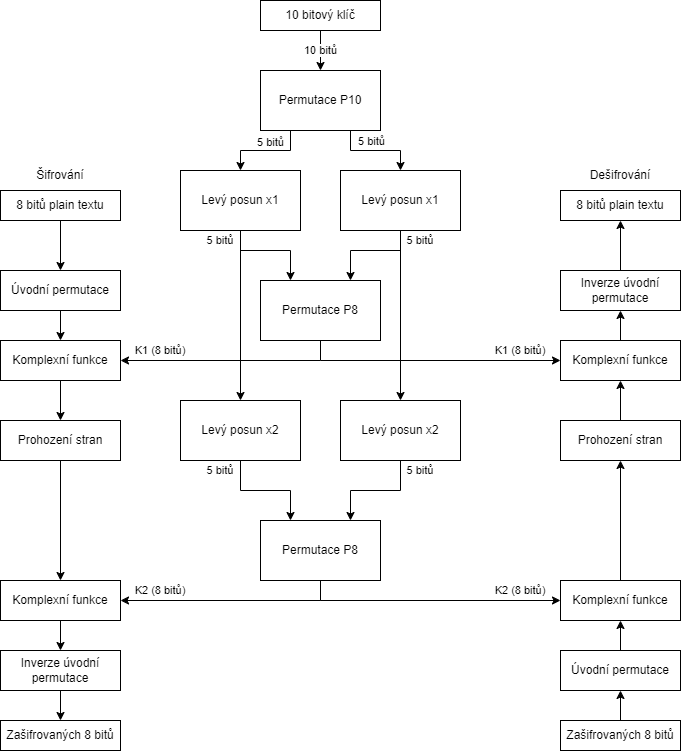
Above: public/img/simpleDesPage/simpleDes_cz.png in hejzlzd1/EducrypterUHK (draw.io), before the change. Source tidied: cells renumbered, new cells last; positions are measured from the earlier drawing's top-left corner, leaving out a move shared by most shapes.
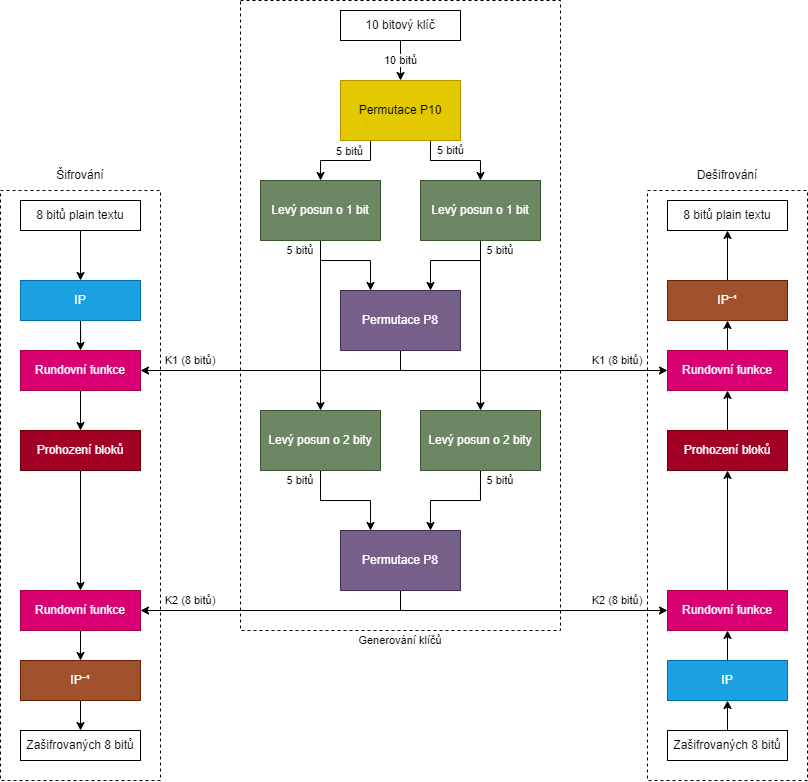
After the change.

What changed in the source:
```diff
@@ -2,23 +2,32 @@
   <root>
     <mxCell id="0" />
     <mxCell id="1" parent="0" />
+    <mxCell id="61" style="rounded=0;whiteSpace=wrap;html=1;fillColor=none;dashed=1;" parent="1" vertex="1">
+      <mxGeometry x="160" y="-10" width="320" height="630" as="geometry" />
+    </mxCell>
+    <mxCell id="62" style="rounded=0;whiteSpace=wrap;html=1;fillColor=none;dashed=1;" parent="1" vertex="1">
+      <mxGeometry x="567" y="180" width="160" height="590" as="geometry" />
+    </mxCell>
+    <mxCell id="63" style="rounded=0;whiteSpace=wrap;html=1;fillColor=none;dashed=1;" parent="1" vertex="1">
+      <mxGeometry x="-80" y="180" width="160" height="590" as="geometry" />
+    </mxCell>
     <mxCell id="2" style="edgeStyle=orthogonalEdgeStyle;rounded=0;jettySize=auto;html=1;" parent="1" edge="1" source="3" target="5">
       <mxGeometry relative="1" as="geometry" />
     </mxCell>
     <mxCell id="3" value="8 bitů plain textu" style="rounded=0;whiteSpace=wrap;html=1;" parent="1" vertex="1">
-      <mxGeometry y="190" width="120" height="30" as="geometry" />
+      <mxGeometry x="-60" y="190" width="120" height="30" as="geometry" />
     </mxCell>
     <mxCell id="4" style="edgeStyle=orthogonalEdgeStyle;rounded=0;jettySize=auto;html=1;" parent="1" edge="1" source="5" target="7">
       <mxGeometry relative="1" as="geometry" />
     </mxCell>
-    <mxCell id="5" value="Úvodní permutace" style="rounded=0;whiteSpace=wrap;html=1;" parent="1" vertex="1">
-      <mxGeometry y="270" width="120" height="40" as="geometry" />
+    <mxCell id="5" value="IP" style="rounded=0;whiteSpace=wrap;html=1;fillColor=#1ba1e2;strokeColor=#006EAF;fontColor=#ffffff;" parent="1" vertex="1">
+      <mxGeometry x="-60" y="270" width="120" height="40" as="geometry" />
     </mxCell>
     <mxCell id="6" style="edgeStyle=orthogonalEdgeStyle;rounded=0;jettySize=auto;html=1;exitX=0.5;exitY=1;exitDx=0;exitDy=0;entryX=0.5;entryY=0;entryDx=0;entryDy=0;" parent="1" edge="1" source="7" target="28">
       <mxGeometry relative="1" as="geometry" />
     </mxCell>
-    <mxCell id="7" value="Komplexní funkce" style="rounded=0;whiteSpace=wrap;html=1;" parent="1" vertex="1">
-      <mxGeometry y="340" width="120" height="40" as="geometry" />
+    <mxCell id="7" value="Rundovní funkce" style="rounded=0;whiteSpace=wrap;html=1;fillColor=#d80073;fontColor=#ffffff;strokeColor=#A50040;" parent="1" vertex="1">
+      <mxGeometry x="-60" y="340" width="120" height="40" as="geometry" />
     </mxCell>
     <mxCell id="8" value="10 bitů" style="edgeStyle=orthogonalEdgeStyle;rounded=0;jettySize=auto;html=1;" parent="1" edge="1" source="9" target="13">
       <mxGeometry relative="1" as="geometry" />
@@ -37,37 +46,37 @@
         <mxPoint x="9" y="-8" as="offset" />
       </mxGeometry>
     </mxCell>
-    <mxCell id="13" value="Permutace P10" style="rounded=0;whiteSpace=wrap;html=1;" parent="1" vertex="1">
+    <mxCell id="13" value="Permutace P10" style="rounded=0;whiteSpace=wrap;html=1;fillColor=#e3c800;fontColor=#000000;strokeColor=#B09500;" parent="1" vertex="1">
       <mxGeometry x="260" y="70" width="120" height="60" as="geometry" />
     </mxCell>
     <mxCell id="14" style="edgeStyle=orthogonalEdgeStyle;rounded=0;jettySize=auto;html=1;exitX=0.5;exitY=1;exitDx=0;exitDy=0;entryX=0.5;entryY=0;entryDx=0;entryDy=0;" parent="1" edge="1" source="15" target="21">
       <mxGeometry relative="1" as="geometry" />
     </mxCell>
-    <mxCell id="15" value="Levý posun x1" style="rounded=0;whiteSpace=wrap;html=1;" parent="1" vertex="1">
+    <mxCell id="15" value="Levý posun o 1 bit" style="rounded=0;whiteSpace=wrap;html=1;fillColor=#6d8764;fontColor=#ffffff;strokeColor=#3A5431;" parent="1" vertex="1">
       <mxGeometry x="180" y="170" width="120" height="60" as="geometry" />
     </mxCell>
     <mxCell id="16" style="edgeStyle=orthogonalEdgeStyle;rounded=0;jettySize=auto;html=1;exitX=0.5;exitY=1;exitDx=0;exitDy=0;entryX=0.5;entryY=0;entryDx=0;entryDy=0;" parent="1" edge="1" source="17" target="23">
       <mxGeometry relative="1" as="geometry" />
     </mxCell>
-    <mxCell id="17" value="Levý posun x1" style="rounded=0;whiteSpace=wrap;html=1;" parent="1" vertex="1">
+    <mxCell id="17" value="Levý posun o 1 bit" style="rounded=0;whiteSpace=wrap;html=1;fillColor=#6d8764;fontColor=#ffffff;strokeColor=#3A5431;" parent="1" vertex="1">
       <mxGeometry x="340" y="170" width="120" height="60" as="geometry" />
     </mxCell>
     <mxCell id="18" style="edgeStyle=orthogonalEdgeStyle;rounded=0;jettySize=auto;html=1;exitX=0.5;exitY=1;exitDx=0;exitDy=0;entryX=1;entryY=0.5;entryDx=0;entryDy=0;" parent="1" edge="1" source="19" target="7">
       <mxGeometry relative="1" as="geometry" />
     </mxCell>
-    <mxCell id="19" value="Permutace P8" style="rounded=0;whiteSpace=wrap;html=1;" parent="1" vertex="1">
+    <mxCell id="19" value="Permutace P8" style="rounded=0;whiteSpace=wrap;html=1;fillColor=#76608a;fontColor=#ffffff;strokeColor=#432D57;" parent="1" vertex="1">
       <mxGeometry x="260" y="280" width="120" height="60" as="geometry" />
     </mxCell>
     <mxCell id="20" style="edgeStyle=orthogonalEdgeStyle;rounded=0;jettySize=auto;html=1;exitX=0.5;exitY=1;exitDx=0;exitDy=0;entryX=0.25;entryY=0;entryDx=0;entryDy=0;" parent="1" edge="1" source="21" target="26">
       <mxGeometry relative="1" as="geometry" />
     </mxCell>
-    <mxCell id="21" value="Levý posun x2" style="rounded=0;whiteSpace=wrap;html=1;" parent="1" vertex="1">
+    <mxCell id="21" value="Levý posun o 2 bity" style="rounded=0;whiteSpace=wrap;html=1;fillColor=#6d8764;fontColor=#ffffff;strokeColor=#3A5431;" parent="1" vertex="1">
       <mxGeometry x="180" y="400" width="120" height="60" as="geometry" />
     </mxCell>
     <mxCell id="22" style="edgeStyle=orthogonalEdgeStyle;rounded=0;jettySize=auto;html=1;exitX=0.5;exitY=1;exitDx=0;exitDy=0;entryX=0.75;entryY=0;entryDx=0;entryDy=0;" parent="1" edge="1" source="23" target="26">
       <mxGeometry relative="1" as="geometry" />
     </mxCell>
-    <mxCell id="23" value="Levý posun x2" style="rounded=0;whiteSpace=wrap;html=1;" parent="1" vertex="1">
+    <mxCell id="23" value="Levý posun o 2 bity" style="rounded=0;whiteSpace=wrap;html=1;fillColor=#6d8764;fontColor=#ffffff;strokeColor=#3A5431;" parent="1" vertex="1">
       <mxGeometry x="340" y="400" width="120" height="60" as="geometry" />
     </mxCell>
     <mxCell id="24" style="edgeStyle=orthogonalEdgeStyle;rounded=0;jettySize=auto;html=1;exitX=0.5;exitY=1;exitDx=0;exitDy=0;entryX=1;entryY=0.5;entryDx=0;entryDy=0;" parent="1" edge="1" source="26" target="30">
@@ -76,29 +85,29 @@
     <mxCell id="25" style="edgeStyle=orthogonalEdgeStyle;rounded=0;jettySize=auto;html=1;exitX=0.5;exitY=1;exitDx=0;exitDy=0;entryX=0;entryY=0.5;entryDx=0;entryDy=0;" parent="1" edge="1" source="26" target="46">
       <mxGeometry relative="1" as="geometry" />
     </mxCell>
-    <mxCell id="26" value="Permutace P8" style="rounded=0;whiteSpace=wrap;html=1;" parent="1" vertex="1">
+    <mxCell id="26" value="Permutace P8" style="rounded=0;whiteSpace=wrap;html=1;fillColor=#76608a;fontColor=#ffffff;strokeColor=#432D57;" parent="1" vertex="1">
       <mxGeometry x="260" y="520" width="120" height="60" as="geometry" />
     </mxCell>
     <mxCell id="27" style="edgeStyle=orthogonalEdgeStyle;rounded=0;jettySize=auto;html=1;exitX=0.5;exitY=1;exitDx=0;exitDy=0;entryX=0.5;entryY=0;entryDx=0;entryDy=0;" parent="1" edge="1" source="28" target="30">
       <mxGeometry relative="1" as="geometry" />
     </mxCell>
-    <mxCell id="28" value="Prohození stran" style="rounded=0;whiteSpace=wrap;html=1;" parent="1" vertex="1">
-      <mxGeometry y="420" width="120" height="40" as="geometry" />
+    <mxCell id="28" value="Prohození bloků" style="rounded=0;whiteSpace=wrap;html=1;fillColor=#a20025;fontColor=#ffffff;strokeColor=#6F0000;" parent="1" vertex="1">
+      <mxGeometry x="-60" y="420" width="120" height="40" as="geometry" />
     </mxCell>
     <mxCell id="29" style="edgeStyle=orthogonalEdgeStyle;rounded=0;jettySize=auto;html=1;exitX=0.5;exitY=1;exitDx=0;exitDy=0;entryX=0.5;entryY=0;entryDx=0;entryDy=0;" parent="1" edge="1" source="30" target="32">
       <mxGeometry relative="1" as="geometry" />
     </mxCell>
-    <mxCell id="30" value="Komplexní funkce" style="rounded=0;whiteSpace=wrap;html=1;" parent="1" vertex="1">
-      <mxGeometry y="580" width="120" height="40" as="geometry" />
+    <mxCell id="30" value="Rundovní funkce" style="rounded=0;whiteSpace=wrap;html=1;fillColor=#d80073;fontColor=#ffffff;strokeColor=#A50040;" parent="1" vertex="1">
+      <mxGeometry x="-60" y="580" width="120" height="40" as="geometry" />
     </mxCell>
     <mxCell id="31" style="edgeStyle=orthogonalEdgeStyle;rounded=0;jettySize=auto;html=1;exitX=0.5;exitY=1;exitDx=0;exitDy=0;entryX=0.5;entryY=0;entryDx=0;entryDy=0;" parent="1" edge="1" source="32" target="33">
       <mxGeometry relative="1" as="geometry" />
     </mxCell>
-    <mxCell id="32" value="Inverze úvodní permutace" style="rounded=0;whiteSpace=wrap;html=1;" parent="1" vertex="1">
-      <mxGeometry y="650" width="120" height="40" as="geometry" />
+    <mxCell id="32" value="IP⁻¹" style="rounded=0;whiteSpace=wrap;html=1;fillColor=#a0522d;strokeColor=#6D1F00;fontColor=#ffffff;" parent="1" vertex="1">
+      <mxGeometry x="-60" y="650" width="120" height="40" as="geometry" />
     </mxCell>
     <mxCell id="33" value="Zašifrovaných 8 bitů" style="rounded=0;whiteSpace=wrap;html=1;" parent="1" vertex="1">
-      <mxGeometry y="720" width="120" height="30" as="geometry" />
+      <mxGeometry x="-60" y="720" width="120" height="30" as="geometry" />
     </mxCell>
     <mxCell id="34" value="5 bitů" style="edgeLabel;html=1;align=center;verticalAlign=middle;" parent="1" vertex="1">
       <mxGeometry x="270" y="140" as="geometry">
@@ -127,46 +136,46 @@
       </mxGeometry>
     </mxCell>
     <mxCell id="38" value="8 bitů plain textu" style="rounded=0;whiteSpace=wrap;html=1;" parent="1" vertex="1">
-      <mxGeometry x="560" y="190" width="120" height="30" as="geometry" />
+      <mxGeometry x="587" y="190" width="120" height="30" as="geometry" />
     </mxCell>
     <mxCell id="39" style="edgeStyle=orthogonalEdgeStyle;rounded=0;jettySize=auto;html=1;exitX=0.5;exitY=0;exitDx=0;exitDy=0;entryX=0.5;entryY=1;entryDx=0;entryDy=0;" parent="1" edge="1" source="40" target="38">
       <mxGeometry relative="1" as="geometry" />
     </mxCell>
-    <mxCell id="40" value="Inverze úvodní permutace" style="rounded=0;whiteSpace=wrap;html=1;" parent="1" vertex="1">
-      <mxGeometry x="560" y="270" width="120" height="40" as="geometry" />
+    <mxCell id="40" value="IP⁻¹" style="rounded=0;whiteSpace=wrap;html=1;fillColor=#a0522d;fontColor=#ffffff;strokeColor=#6D1F00;" parent="1" vertex="1">
+      <mxGeometry x="587" y="270" width="120" height="40" as="geometry" />
     </mxCell>
     <mxCell id="41" style="edgeStyle=orthogonalEdgeStyle;rounded=0;jettySize=auto;html=1;exitX=0.5;exitY=0;exitDx=0;exitDy=0;entryX=0.5;entryY=1;entryDx=0;entryDy=0;" parent="1" edge="1" source="42" target="40">
       <mxGeometry relative="1" as="geometry" />
     </mxCell>
-    <mxCell id="42" value="Komplexní funkce" style="rounded=0;whiteSpace=wrap;html=1;" parent="1" vertex="1">
-      <mxGeometry x="560" y="340" width="120" height="40" as="geometry" />
+    <mxCell id="42" value="Rundovní funkce" style="rounded=0;whiteSpace=wrap;html=1;fillColor=#d80073;fontColor=#ffffff;strokeColor=#A50040;" parent="1" vertex="1">
+      <mxGeometry x="587" y="340" width="120" height="40" as="geometry" />
     </mxCell>
     <mxCell id="43" style="edgeStyle=orthogonalEdgeStyle;rounded=0;jettySize=auto;html=1;exitX=0.5;exitY=0;exitDx=0;exitDy=0;entryX=0.5;entryY=1;entryDx=0;entryDy=0;" parent="1" edge="1" source="44" target="42">
       <mxGeometry relative="1" as="geometry" />
     </mxCell>
-    <mxCell id="44" value="Prohození stran" style="rounded=0;whiteSpace=wrap;html=1;" parent="1" vertex="1">
-      <mxGeometry x="560" y="420" width="120" height="40" as="geometry" />
+    <mxCell id="44" value="Prohození bloků" style="rounded=0;whiteSpace=wrap;html=1;fillColor=#a20025;fontColor=#ffffff;strokeColor=#6F0000;" parent="1" vertex="1">
+      <mxGeometry x="587" y="420" width="120" height="40" as="geometry" />
     </mxCell>
     <mxCell id="45" style="edgeStyle=orthogonalEdgeStyle;rounded=0;jettySize=auto;html=1;exitX=0.5;exitY=0;exitDx=0;exitDy=0;entryX=0.5;entryY=1;entryDx=0;entryDy=0;" parent="1" edge="1" source="46" target="44">
       <mxGeometry relative="1" as="geometry" />
     </mxCell>
-    <mxCell id="46" value="Komplexní funkce" style="rounded=0;whiteSpace=wrap;html=1;" parent="1" vertex="1">
-      <mxGeometry x="560" y="580" width="120" height="40" as="geometry" />
+    <mxCell id="46" value="Rundovní funkce" style="rounded=0;whiteSpace=wrap;html=1;fillColor=#d80073;fontColor=#ffffff;strokeColor=#A50040;" parent="1" vertex="1">
+      <mxGeometry x="587" y="580" width="120" height="40" as="geometry" />
     </mxCell>
     <mxCell id="47" style="edgeStyle=orthogonalEdgeStyle;rounded=0;jettySize=auto;html=1;exitX=0.5;exitY=0;exitDx=0;exitDy=0;entryX=0.5;entryY=1;entryDx=0;entryDy=0;" parent="1" edge="1" source="48" target="46">
       <mxGeometry relative="1" as="geometry" />
     </mxCell>
-    <mxCell id="48" value="Úvodní permutace" style="rounded=0;whiteSpace=wrap;html=1;" parent="1" vertex="1">
-      <mxGeometry x="560" y="650" width="120" height="40" as="geometry" />
+    <mxCell id="48" value="IP" style="rounded=0;whiteSpace=wrap;html=1;fillColor=#1ba1e2;strokeColor=#006EAF;fontColor=#ffffff;" parent="1" vertex="1">
+      <mxGeometry x="587" y="650" width="120" height="40" as="geometry" />
     </mxCell>
     <mxCell id="49" style="edgeStyle=orthogonalEdgeStyle;rounded=0;jettySize=auto;html=1;exitX=0.5;exitY=0;exitDx=0;exitDy=0;entryX=0.5;entryY=1;entryDx=0;entryDy=0;" parent="1" edge="1" source="50" target="48">
       <mxGeometry relative="1" as="geometry" />
     </mxCell>
     <mxCell id="50" value="Zašifrovaných 8 bitů" style="rounded=0;whiteSpace=wrap;html=1;" parent="1" vertex="1">
-      <mxGeometry x="560" y="720" width="120" height="30" as="geometry" />
+      <mxGeometry x="587" y="720" width="120" height="30" as="geometry" />
     </mxCell>
     <mxCell id="51" value="&lt;font style=&quot;font-size: 11px;&quot;&gt;K1 (8 bitů)&lt;/font&gt;" style="text;html=1;strokeColor=none;fillColor=none;align=center;verticalAlign=middle;whiteSpace=wrap;rounded=0;" parent="1" vertex="1">
-      <mxGeometry x="130" y="340" width="60" height="20" as="geometry" />
+      <mxGeometry x="80" y="340" width="60" height="20" as="geometry" />
     </mxCell>
     <mxCell id="52" value="&lt;font style=&quot;font-size: 11px;&quot;&gt;5 bitů&lt;/font&gt;" style="text;html=1;strokeColor=none;fillColor=none;align=center;verticalAlign=middle;whiteSpace=wrap;rounded=0;" parent="1" vertex="1">
       <mxGeometry x="200" y="230" width="40" height="20" as="geometry" />
@@ -175,13 +184,13 @@
       <mxGeometry x="400" y="230" width="40" height="20" as="geometry" />
     </mxCell>
     <mxCell id="54" value="&lt;font style=&quot;font-size: 11px;&quot;&gt;K1 (8 bitů)&lt;/font&gt;" style="text;html=1;strokeColor=none;fillColor=none;align=center;verticalAlign=middle;whiteSpace=wrap;rounded=0;" parent="1" vertex="1">
-      <mxGeometry x="490" y="340" width="60" height="20" as="geometry" />
+      <mxGeometry x="507" y="340" width="60" height="20" as="geometry" />
     </mxCell>
     <mxCell id="55" value="&lt;font style=&quot;font-size: 11px;&quot;&gt;K2 (8 bitů)&lt;/font&gt;" style="text;html=1;strokeColor=none;fillColor=none;align=center;verticalAlign=middle;whiteSpace=wrap;rounded=0;" parent="1" vertex="1">
-      <mxGeometry x="130" y="580" width="60" height="20" as="geometry" />
+      <mxGeometry x="80" y="580" width="60" height="20" as="geometry" />
     </mxCell>
     <mxCell id="56" value="&lt;font style=&quot;font-size: 11px;&quot;&gt;K2 (8 bitů)&lt;/font&gt;" style="text;html=1;strokeColor=none;fillColor=none;align=center;verticalAlign=middle;whiteSpace=wrap;rounded=0;" parent="1" vertex="1">
-      <mxGeometry x="490" y="580" width="60" height="20" as="geometry" />
+      <mxGeometry x="507" y="580" width="60" height="20" as="geometry" />
     </mxCell>
     <mxCell id="57" value="&lt;font style=&quot;font-size: 11px;&quot;&gt;5 bitů&lt;/font&gt;" style="text;html=1;strokeColor=none;fillColor=none;align=center;verticalAlign=middle;whiteSpace=wrap;rounded=0;" parent="1" vertex="1">
       <mxGeometry x="400" y="460" width="40" height="20" as="geometry" />
@@ -190,10 +199,13 @@
       <mxGeometry x="200" y="460" width="40" height="20" as="geometry" />
     </mxCell>
     <mxCell id="59" value="Šifrování" style="text;html=1;strokeColor=none;fillColor=none;align=center;verticalAlign=middle;whiteSpace=wrap;rounded=0;" parent="1" vertex="1">
-      <mxGeometry x="30" y="160" width="60" height="30" as="geometry" />
+      <mxGeometry x="-30" y="150" width="60" height="30" as="geometry" />
     </mxCell>
     <mxCell id="60" value="Dešifrování" style="text;html=1;strokeColor=none;fillColor=none;align=center;verticalAlign=middle;whiteSpace=wrap;rounded=0;" parent="1" vertex="1">
-      <mxGeometry x="590" y="160" width="60" height="30" as="geometry" />
+      <mxGeometry x="617" y="150" width="60" height="30" as="geometry" />
     </mxCell>
+    <mxCell id="64" value="&lt;font style=&quot;font-size: 11px;&quot;&gt;Generování klíčů&lt;/font&gt;" style="text;html=1;strokeColor=none;fillColor=none;align=center;verticalAlign=middle;whiteSpace=wrap;rounded=0;" parent="1" vertex="1">
+      <mxGeometry x="265" y="620" width="110" height="20" as="geometry" />
+    </mxCell>
   </root>
 </mxGraphModel>
```
